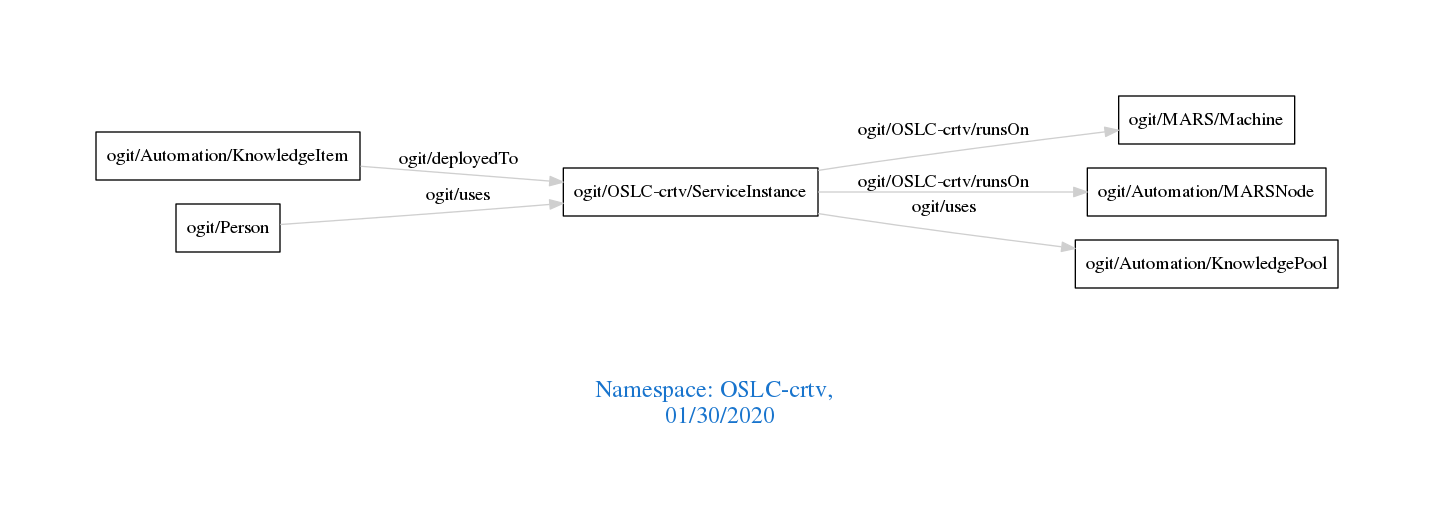
Before: downloads/OSLC-crtv.png, a diagram exported from Graphviz (arago/OGIT). Its source is kept beside it as downloads/OSLC-crtv.dot.
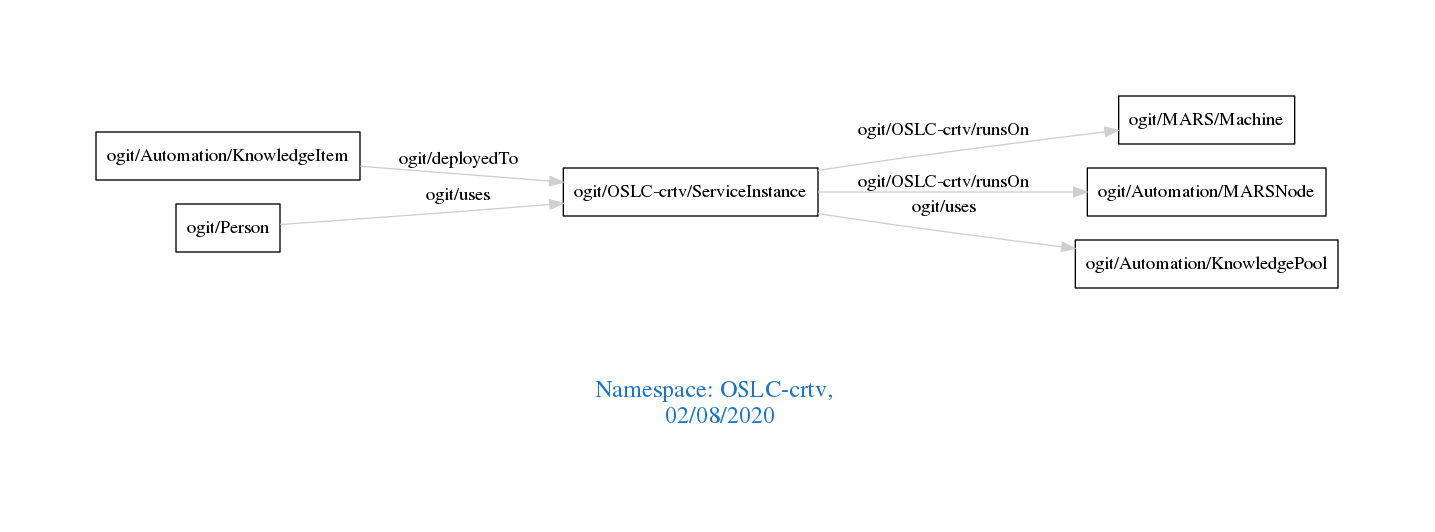
After the change.

Diff of the diagram source:
```diff
@@ -1,7 +1,7 @@
 digraph OGIT_ontology {
  graph [ rankdir= LR,pad=1
 fontsize = 18,
-fontcolor= dodgerblue3,label = "\n\n\nNamespace: OSLC-crtv, \n 01/30/2020"];
+fontcolor= dodgerblue3,label = "\n\n\nNamespace: OSLC-crtv, \n 02/08/2020"];
 node[shape=polygon];
 edge [  color="gray81"];
 
```
